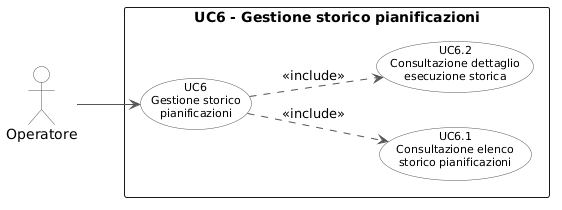
Above: img/usecase/uc6.png in Faverooo/Tesi-MarcoFavero (PlantUML), before the change. Its diagram source:
```plantuml
@startuml
left to right direction
skinparam backgroundColor white
skinparam usecase {
    BackgroundColor White
    BorderColor #555555
    ArrowColor #555555
    FontSize 11
}
skinparam actor {
    BackgroundColor White
    BorderColor #555555
}

actor "Operatore" as op

rectangle "UC6 - Gestione storico pianificazioni" {
    (UC6\nGestione storico\npianificazioni) as UC6
    (UC6.1\nConsultazione elenco\nstorico pianificazioni) as UC61
    (UC6.2\nConsultazione dettaglio\nesecuzione storica) as UC62
}

op --> UC6
UC6 ..> UC61 : <<include>>
UC6 ..> UC62 : <<include>>
@enduml
```
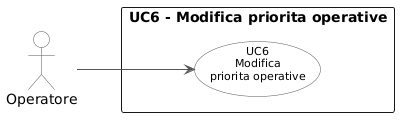
The same diagram one commit later.

The edit, as a diff of the source:
```diff
@@ -14,13 +14,9 @@
 
 actor "Operatore" as op
 
-rectangle "UC6 - Gestione storico pianificazioni" {
-    (UC6\nGestione storico\npianificazioni) as UC6
-    (UC6.1\nConsultazione elenco\nstorico pianificazioni) as UC61
-    (UC6.2\nConsultazione dettaglio\nesecuzione storica) as UC62
+rectangle "UC6 - Modifica priorita operative" {
+    (UC6\nModifica\npriorita operative) as UC6
 }
 
 op --> UC6
-UC6 ..> UC61 : <<include>>
-UC6 ..> UC62 : <<include>>
 @enduml
```
